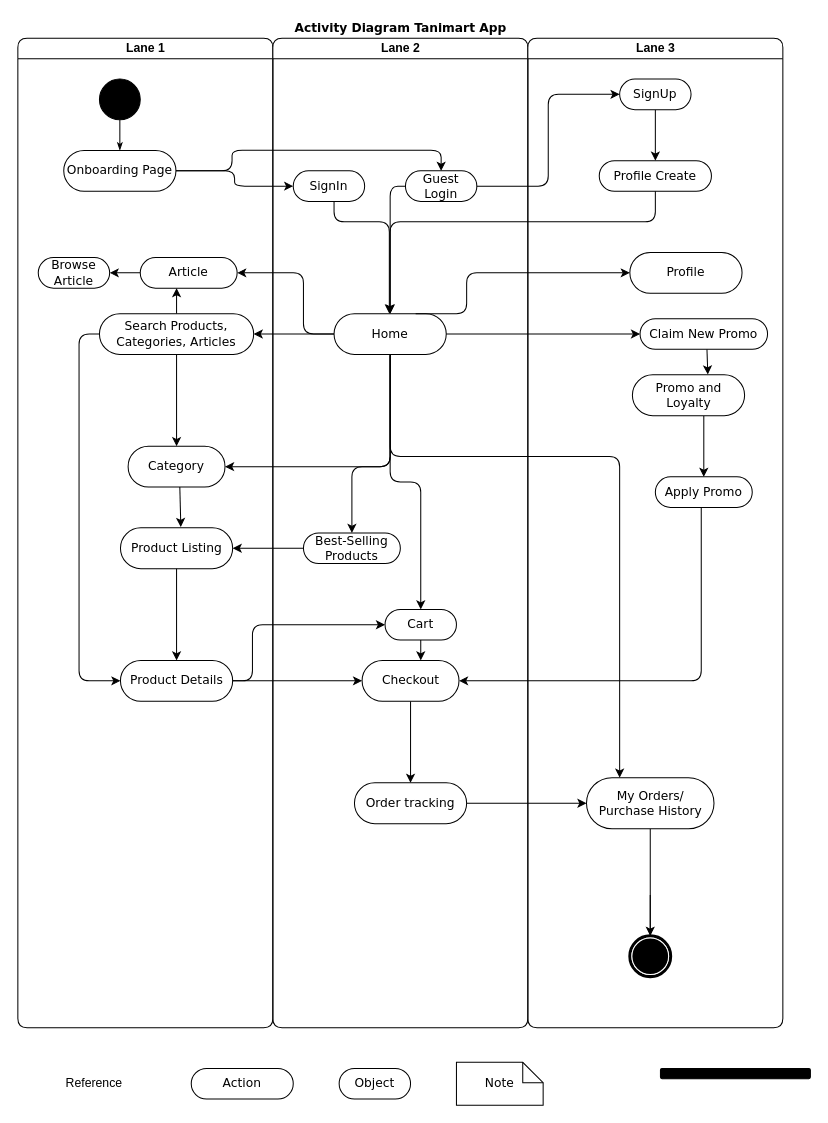
DevX300/TaniMart-UML keeps this draw.io diagram as Activity Diagram TaniMart.drawio. Above is the earlier version. Source tidied: cells renumbered, new cells numbered last; positions are measured from the earlier drawing's top-left corner, leaving out a move shared by most shapes. Both pictures are drawn from the tidied source at 102%, with x=0, y=0 at pixel (17, 17).
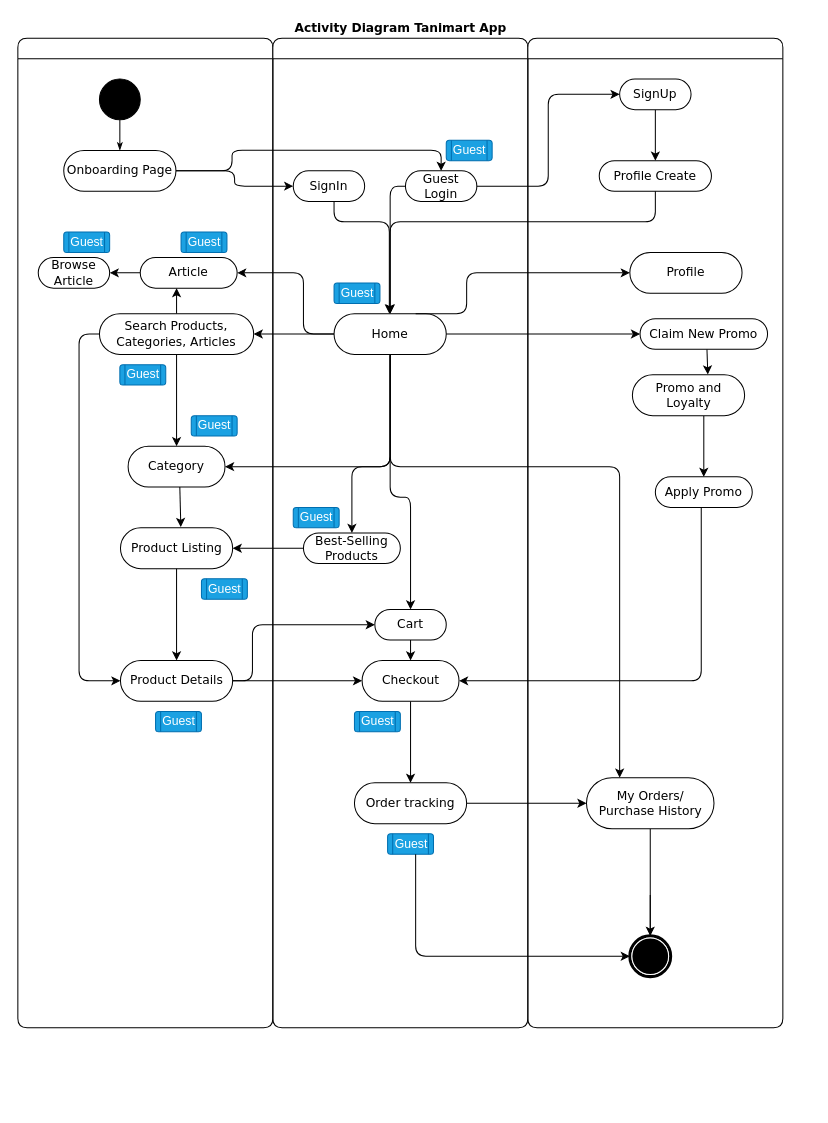
Above is the later version.

The change refers to these unchanged cells:
```xml
<mxCell id="2" value="Activity Diagram Tanimart App" style="swimlane;html=1;startSize=20;rounded=1;shadow=0;comic=0;labelBackgroundColor=none;strokeWidth=1;fontFamily=Verdana;fontSize=12;align=center;strokeColor=none;" parent="1" vertex="1">
  <mxGeometry width="750" height="990" as="geometry" />
</mxCell>
<mxCell id="19" value="Home" style="rounded=1;whiteSpace=wrap;html=1;shadow=0;comic=0;labelBackgroundColor=none;strokeWidth=1;fontFamily=Verdana;fontSize=12;align=center;arcSize=50;" parent="14" vertex="1">
  <mxGeometry x="60" y="270" width="110" height="40" as="geometry" />
</mxCell>
<mxCell id="35" style="shape=mxgraph.bpmn.shape;html=1;verticalLabelPosition=bottom;labelBackgroundColor=#ffffff;verticalAlign=top;perimeter=ellipsePerimeter;outline=end;symbol=terminate;rounded=1;shadow=0;comic=0;strokeWidth=1;fontFamily=Verdana;fontSize=12;align=center;" parent="33" vertex="1">
  <mxGeometry x="100" y="880" width="40" height="40" as="geometry" />
</mxCell>
<mxCell id="46" value="My Orders/&lt;br&gt;Purchase History" style="rounded=1;whiteSpace=wrap;html=1;shadow=0;comic=0;labelBackgroundColor=none;strokeWidth=1;fontFamily=Verdana;fontSize=12;align=center;arcSize=50;" parent="33" vertex="1">
  <mxGeometry x="57.5" y="725" width="125" height="50" as="geometry" />
</mxCell>
```

What changed in the source:
```diff
@@
-    <mxCell id="3" value="Lane 1" style="swimlane;html=1;startSize=20;rounded=1;" parent="2" vertex="1">
+    <mxCell id="3" style="swimlane;html=1;startSize=20;rounded=1;" parent="2" vertex="1">
       <mxGeometry y="20" width="250" height="970" as="geometry" />
     </mxCell>
@@
+    <mxCell id="67" value="Guest" style="shape=process;whiteSpace=wrap;html=1;backgroundOutline=1;rounded=1;fillColor=#1ba1e2;fontColor=#ffffff;strokeColor=#006EAF;" parent="3" vertex="1">
+      <mxGeometry x="170" y="370" width="45" height="20" as="geometry" />
+    </mxCell>
+    <mxCell id="68" value="Guest" style="shape=process;whiteSpace=wrap;html=1;backgroundOutline=1;rounded=1;fillColor=#1ba1e2;fontColor=#ffffff;strokeColor=#006EAF;" parent="3" vertex="1">
+      <mxGeometry x="180" y="530" width="45" height="20" as="geometry" />
+    </mxCell>
+    <mxCell id="69" value="Guest" style="shape=process;whiteSpace=wrap;html=1;backgroundOutline=1;rounded=1;fillColor=#1ba1e2;fontColor=#ffffff;strokeColor=#006EAF;" parent="3" vertex="1">
+      <mxGeometry x="135" y="660" width="45" height="20" as="geometry" />
+    </mxCell>
+    <mxCell id="70" value="Guest" style="shape=process;whiteSpace=wrap;html=1;backgroundOutline=1;rounded=1;fillColor=#1ba1e2;fontColor=#ffffff;strokeColor=#006EAF;" parent="3" vertex="1">
+      <mxGeometry x="160" y="190" width="45" height="20" as="geometry" />
+    </mxCell>
+    <mxCell id="71" value="Guest" style="shape=process;whiteSpace=wrap;html=1;backgroundOutline=1;rounded=1;fillColor=#1ba1e2;fontColor=#ffffff;strokeColor=#006EAF;" parent="3" vertex="1">
+      <mxGeometry x="45" y="190" width="45" height="20" as="geometry" />
+    </mxCell>
-    <mxCell id="14" value="Lane 2" style="swimlane;html=1;startSize=20;rounded=1;" parent="2" vertex="1">
+    <mxCell id="14" style="swimlane;html=1;startSize=20;rounded=1;" parent="2" vertex="1">
       <mxGeometry x="250" y="20" width="250" height="970" as="geometry" />
     </mxCell>
@@
     <mxCell id="18" style="edgeStyle=orthogonalEdgeStyle;rounded=1;jettySize=auto;html=1;entryX=0.5;entryY=0;entryDx=0;entryDy=0;" parent="14" edge="1" source="19" target="22">
-      <mxGeometry relative="1" as="geometry" />
+      <mxGeometry relative="1" as="geometry">
+        <Array as="points">
+          <mxPoint x="115" y="450" />
+          <mxPoint x="135" y="450" />
+        </Array>
+      </mxGeometry>
     </mxCell>
@@
     <mxCell id="22" value="Cart" style="rounded=1;whiteSpace=wrap;html=1;shadow=0;comic=0;labelBackgroundColor=none;strokeWidth=1;fontFamily=Verdana;fontSize=12;align=center;arcSize=50;" parent="14" vertex="1">
-      <mxGeometry x="110" y="560" width="70" height="30" as="geometry" />
+      <mxGeometry x="100" y="560" width="70" height="30" as="geometry" />
     </mxCell>
@@
+    <mxCell id="72" value="Guest" style="shape=process;whiteSpace=wrap;html=1;backgroundOutline=1;rounded=1;fillColor=#1ba1e2;fontColor=#ffffff;strokeColor=#006EAF;" parent="14" vertex="1">
+      <mxGeometry x="60" y="240" width="45" height="20" as="geometry" />
+    </mxCell>
+    <mxCell id="73" value="Guest" style="shape=process;whiteSpace=wrap;html=1;backgroundOutline=1;rounded=1;fillColor=#1ba1e2;fontColor=#ffffff;strokeColor=#006EAF;" parent="14" vertex="1">
+      <mxGeometry x="20" y="460" width="45" height="20" as="geometry" />
+    </mxCell>
+    <mxCell id="74" value="Guest" style="shape=process;whiteSpace=wrap;html=1;backgroundOutline=1;rounded=1;fillColor=#1ba1e2;fontColor=#ffffff;strokeColor=#006EAF;" parent="14" vertex="1">
+      <mxGeometry x="170" y="100" width="45" height="20" as="geometry" />
+    </mxCell>
+    <mxCell id="75" value="Guest" style="shape=process;whiteSpace=wrap;html=1;backgroundOutline=1;rounded=1;fillColor=#1ba1e2;fontColor=#ffffff;strokeColor=#006EAF;" parent="14" vertex="1">
+      <mxGeometry x="80" y="660" width="45" height="20" as="geometry" />
+    </mxCell>
+    <mxCell id="76" value="Guest" style="shape=process;whiteSpace=wrap;html=1;backgroundOutline=1;rounded=1;fillColor=#1ba1e2;fontColor=#ffffff;strokeColor=#006EAF;" parent="14" vertex="1">
+      <mxGeometry x="112.5" y="780" width="45" height="20" as="geometry" />
+    </mxCell>
-    <mxCell id="33" value="Lane 3" style="swimlane;html=1;startSize=20;rounded=1;" parent="2" vertex="1">
+    <mxCell id="33" style="swimlane;html=1;startSize=20;rounded=1;" parent="2" vertex="1">
       <mxGeometry x="500" y="20" width="250" height="970" as="geometry" />
     </mxCell>
@@
     <mxCell id="59" style="edgeStyle=orthogonalEdgeStyle;rounded=1;jettySize=auto;html=1;exitX=0.5;exitY=1;exitDx=0;exitDy=0;" parent="2" edge="1" source="19" target="46">
       <mxGeometry relative="1" as="geometry">
         <Array as="points">
-          <mxPoint x="365" y="430" />
-          <mxPoint x="590" y="430" />
+          <mxPoint x="365" y="440" />
+          <mxPoint x="590" y="440" />
         </Array>
       </mxGeometry>
     </mxCell>
@@
-    <mxCell id="62" value="Action" style="rounded=1;whiteSpace=wrap;html=1;shadow=0;comic=0;labelBackgroundColor=none;strokeWidth=1;fontFamily=Verdana;fontSize=12;align=center;arcSize=50;" parent="1" vertex="1">
-      <mxGeometry x="170" y="1030" width="100" height="30" as="geometry" />
-    </mxCell>
-    <mxCell id="63" value="Object" style="rounded=1;whiteSpace=wrap;html=1;shadow=0;comic=0;labelBackgroundColor=none;strokeWidth=1;fontFamily=Verdana;fontSize=12;align=center;arcSize=50;" parent="1" vertex="1">
-      <mxGeometry x="315" y="1030" width="70" height="30" as="geometry" />
-    </mxCell>
-    <mxCell id="64" value="Note" style="shape=note;whiteSpace=wrap;html=1;rounded=1;shadow=0;comic=0;labelBackgroundColor=none;strokeWidth=1;fontFamily=Verdana;fontSize=12;align=center;size=20;" parent="1" vertex="1">
-      <mxGeometry x="430" y="1024" width="85" height="42" as="geometry" />
-    </mxCell>
-    <mxCell id="65" value="Reference" style="text;html=1;whiteSpace=wrap;strokeColor=none;fillColor=none;align=center;verticalAlign=middle;rounded=1;" parent="1" vertex="1">
-      <mxGeometry x="45" y="1030" width="60" height="30" as="geometry" />
-    </mxCell>
-    <mxCell id="66" style="whiteSpace=wrap;html=1;rounded=1;shadow=0;comic=0;labelBackgroundColor=none;strokeWidth=1;fillColor=#000000;fontFamily=Verdana;fontSize=12;align=center;rotation=0;" parent="1" vertex="1">
-      <mxGeometry x="630" y="1030" width="147" height="10" as="geometry" />
-    </mxCell>
+    <mxCell id="77" style="edgeStyle=orthogonalEdgeStyle;rounded=1;jettySize=auto;html=1;entryX=0;entryY=0.5;entryDx=0;entryDy=0;" parent="2" edge="1" source="76" target="35">
+      <mxGeometry relative="1" as="geometry">
+        <Array as="points">
+          <mxPoint x="390" y="920" />
+        </Array>
+      </mxGeometry>
+    </mxCell>
+    <mxCell id="78" value="Guest" style="shape=process;whiteSpace=wrap;html=1;backgroundOutline=1;rounded=1;fillColor=#1ba1e2;fontColor=#ffffff;strokeColor=#006EAF;" parent="1" vertex="1">
+      <mxGeometry x="100" y="340" width="45" height="20" as="geometry" />
+    </mxCell>
```
